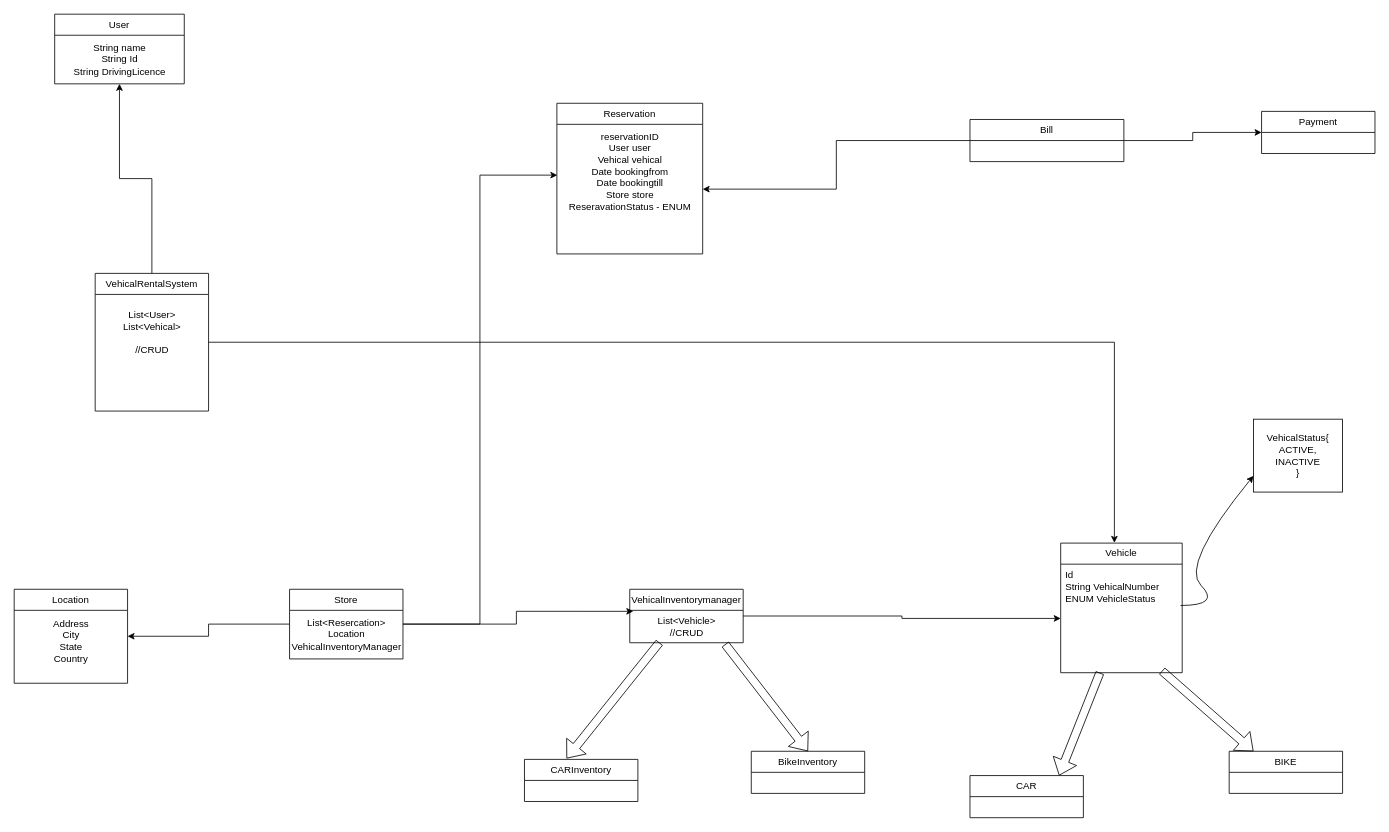
This is LLD/05 Interview Problems/Design Car Rental System/Car Rental.drawio from luckykumardev/LLD, a draw.io file, before an edit. Source tidied: cells renumbered, new cells numbered last; positions are measured from the earlier drawing's top-left corner, leaving out a move shared by most shapes. Both pictures are drawn from the tidied source at 81%, with x=0, y=0 at pixel (14, 14).
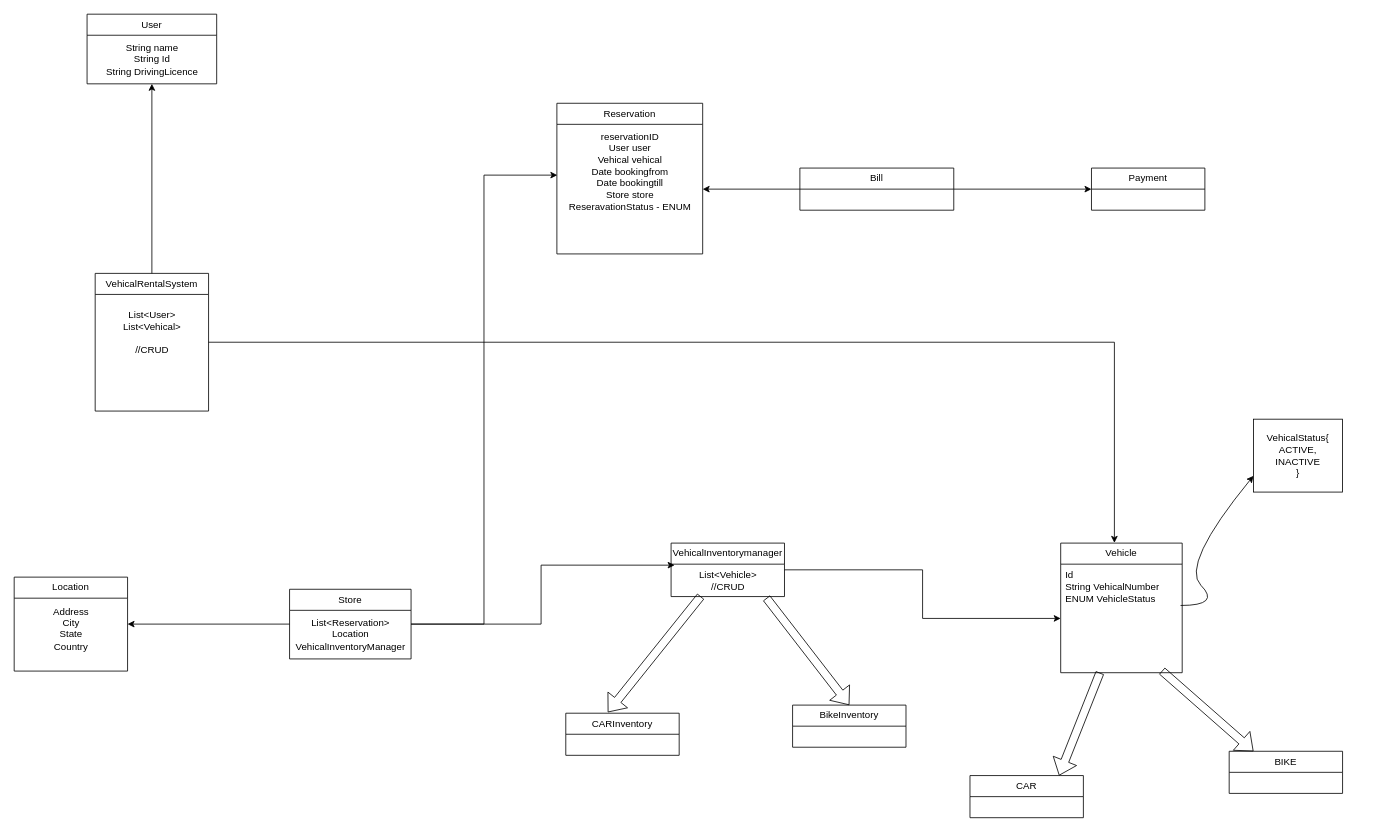
After the change.

Diff of the diagram source:
```diff
@@
     <mxCell id="11" value="Store" style="swimlane;fontStyle=0;horizontal=1;startSize=26;fillColor=none;whiteSpace=wrap;html=1;" parent="1" vertex="1">
-      <mxGeometry x="340" y="710" width="140" height="86" as="geometry" />
+      <mxGeometry x="340" y="710" width="150" height="86" as="geometry" />
     </mxCell>
-    <mxCell id="12" value="List&amp;lt;Resercation&amp;gt;&lt;br&gt;Location&lt;br&gt;VehicalInventoryManager" style="text;html=1;align=center;verticalAlign=middle;strokeColor=none;fillColor=none;" parent="11" vertex="1">
-      <mxGeometry y="26" width="140" height="60" as="geometry" />
+    <mxCell id="12" value="List&amp;lt;Reservation&amp;gt;&lt;br&gt;Location&lt;br&gt;VehicalInventoryManager" style="text;html=1;align=center;verticalAlign=middle;strokeColor=none;fillColor=none;" parent="11" vertex="1">
+      <mxGeometry y="26" width="150" height="60" as="geometry" />
     </mxCell>
     <mxCell id="13" value="Location" style="swimlane;fontStyle=0;horizontal=1;startSize=26;fillColor=none;whiteSpace=wrap;html=1;" parent="1" vertex="1">
-      <mxGeometry y="710" width="140" height="116" as="geometry" />
+      <mxGeometry y="695" width="140" height="116" as="geometry" />
     </mxCell>
@@
     <mxCell id="16" value="VehicalInventorymanager" style="swimlane;fontStyle=0;horizontal=1;startSize=26;fillColor=none;whiteSpace=wrap;html=1;" parent="1" vertex="1">
-      <mxGeometry x="760" y="710" width="140" height="66" as="geometry" />
+      <mxGeometry x="811" y="653" width="140" height="66" as="geometry" />
     </mxCell>
@@
     <mxCell id="20" value="Payment" style="swimlane;fontStyle=0;horizontal=1;startSize=26;fillColor=none;whiteSpace=wrap;html=1;" parent="1" vertex="1">
-      <mxGeometry x="1540" y="120" width="140" height="52" as="geometry" />
+      <mxGeometry x="1330" y="190" width="140" height="52" as="geometry" />
     </mxCell>
@@
     <mxCell id="23" value="Bill" style="swimlane;fontStyle=0;horizontal=1;startSize=26;fillColor=none;whiteSpace=wrap;html=1;" parent="1" vertex="1">
-      <mxGeometry x="1180" y="130" width="190" height="52" as="geometry" />
+      <mxGeometry x="970" y="190" width="190" height="52" as="geometry" />
     </mxCell>
@@
     <mxCell id="26" value="User" style="swimlane;fontStyle=0;horizontal=1;startSize=26;fillColor=none;whiteSpace=wrap;html=1;" parent="1" vertex="1">
-      <mxGeometry x="50" width="160" height="86" as="geometry" />
+      <mxGeometry x="90" width="160" height="86" as="geometry" />
     </mxCell>
@@
     <mxCell id="28" value="CARInventory" style="swimlane;fontStyle=0;horizontal=1;startSize=26;fillColor=none;whiteSpace=wrap;html=1;" parent="1" vertex="1">
-      <mxGeometry x="630" y="920" width="140" height="52" as="geometry" />
+      <mxGeometry x="681" y="863" width="140" height="52" as="geometry" />
     </mxCell>
     <mxCell id="29" value="BikeInventory" style="swimlane;fontStyle=0;horizontal=1;startSize=26;fillColor=none;whiteSpace=wrap;html=1;" parent="1" vertex="1">
-      <mxGeometry x="910" y="910" width="140" height="52" as="geometry" />
+      <mxGeometry x="961" y="853" width="140" height="52" as="geometry" />
     </mxCell>
```
